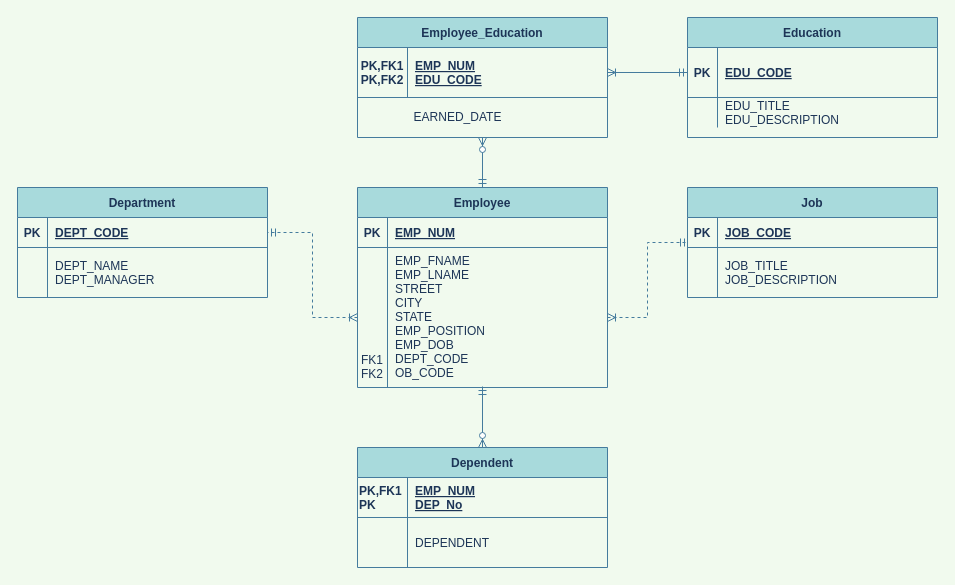
This is page "ERD" (1 of 2) of Prac1/Prac1.drawio from pscompsci/SIT103-Data-and-Information-Management, a draw.io file, before an edit. Source tidied: cells renumbered, new cells numbered last; positions are measured from the earlier drawing's top-left corner, leaving out a move shared by most shapes. Both pictures are drawn from the tidied source at 100%, with x=0, y=0 at pixel (17, 17).
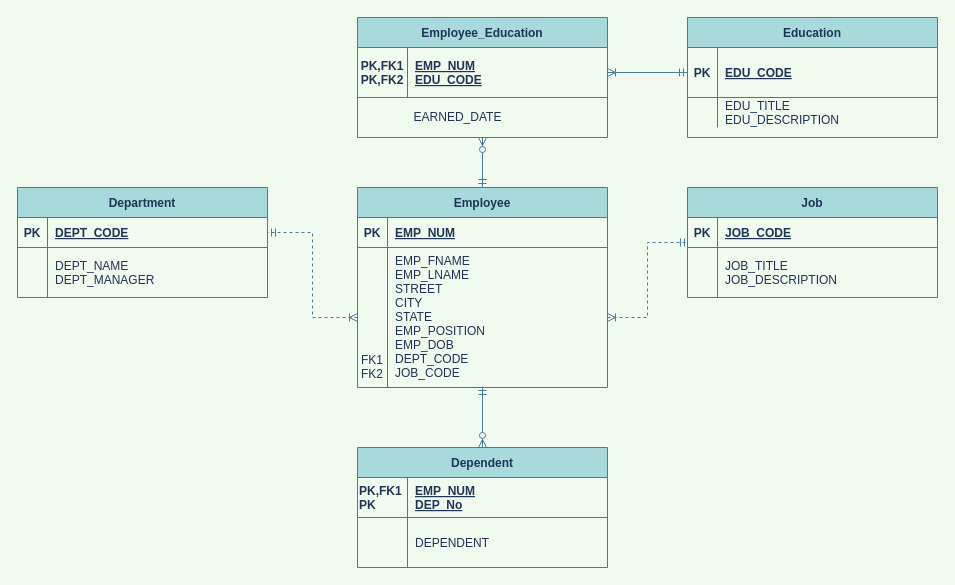
Above is the later version.

Unchanged cells that the change refers to:
```xml
<mxCell id="13" style="shape=partialRectangle;fillColor=none;points=[[0,0.5],[1,0.5]];portConstraint=eastwest;top=0;left=0;right=0;bottom=0;strokeColor=#457B9D;fontColor=#1D3557;" parent="9" vertex="1">
  <mxGeometry y="60" width="250" height="140" as="geometry" />
</mxCell>
```

What changed in the source:
```diff
@@
-    <mxCell id="15" value="EMP_FNAME&#10;EMP_LNAME&#10;STREET&#10;CITY&#10;STATE&#10;EMP_POSITION&#10;EMP_DOB&#10;DEPT_CODE&#10;OB_CODE" style="shape=partialRectangle;overflow=hidden;fillColor=none;top=0;left=0;bottom=0;right=0;align=left;spacingLeft=6;verticalAlign=top;strokeColor=#457B9D;fontColor=#1D3557;" parent="13" vertex="1">
+    <mxCell id="15" value="EMP_FNAME&#10;EMP_LNAME&#10;STREET&#10;CITY&#10;STATE&#10;EMP_POSITION&#10;EMP_DOB&#10;DEPT_CODE&#10;JOB_CODE" style="shape=partialRectangle;overflow=hidden;fillColor=none;top=0;left=0;bottom=0;right=0;align=left;spacingLeft=6;verticalAlign=top;strokeColor=#457B9D;fontColor=#1D3557;" parent="13" vertex="1">
       <mxGeometry x="30" width="220" height="140" as="geometry" />
     </mxCell>
```
